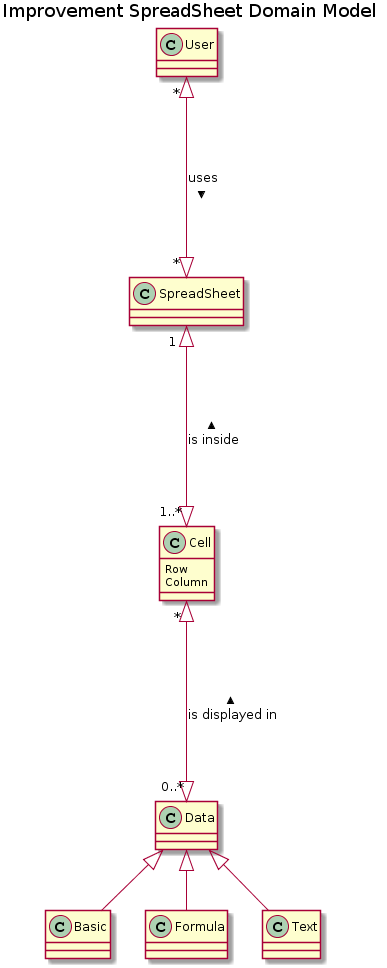
Earlier version of the PlantUML export SpreadSheet Deliveries/Improvement Domain Model - Project SpreadSheet - Leon Gonzalez Daniel and Hernandez Lopez David.png (erdeivit/SpreadSheet_Daniel_David).
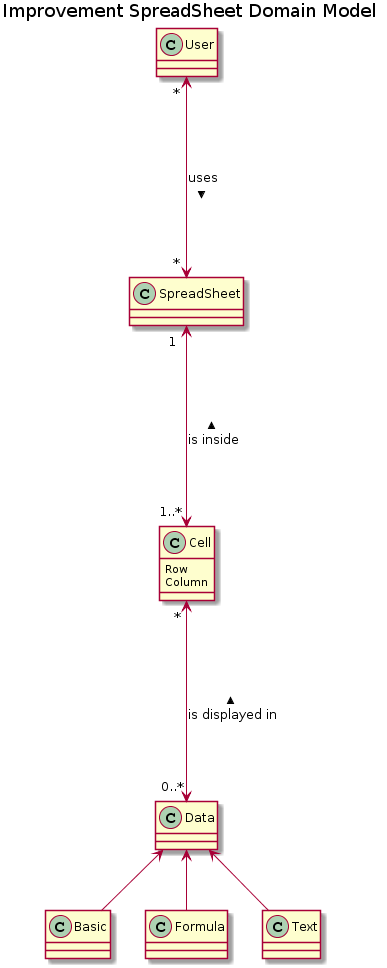
After the commit.

Commit message:
UML Improvement

Change to the diagram source:
```diff
@@ -13,11 +13,11 @@
 class Text
 
 
-User 	"            *" <|----|> "           *" SpreadSheet:  uses >
-SpreadSheet 	"1  " <|----|> "        1..*" Cell: < is inside
-Cell "                *" <|----|> "0..*" Data: < is displayed in
+User 	"            *" <----> "           *" SpreadSheet:  uses >
+SpreadSheet 	"1  " <----> "        1..*" Cell: < is inside
+Cell "                *" <----> "0..*" Data: < is displayed in
 
-Data <|-- Basic
-Data <|-- Formula
-Data <|-- Text
+Data <-- Basic
+Data <-- Formula
+Data <-- Text
 @enduml
```
